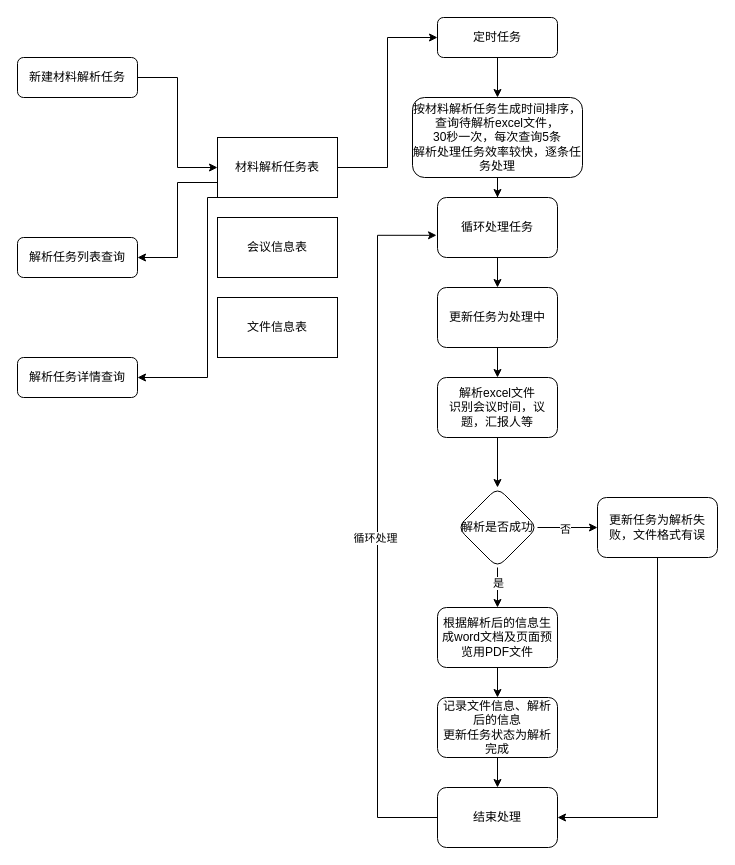
krieding/hellogit keeps this draw.io diagram as 党办材料解析.drawio. Above is the earlier version. Source tidied: cells renumbered, new cells numbered last; positions are measured from the earlier drawing's top-left corner, leaving out a move shared by most shapes. Both pictures are drawn from the tidied source at 100%, with x=0, y=0 at pixel (17, 17).
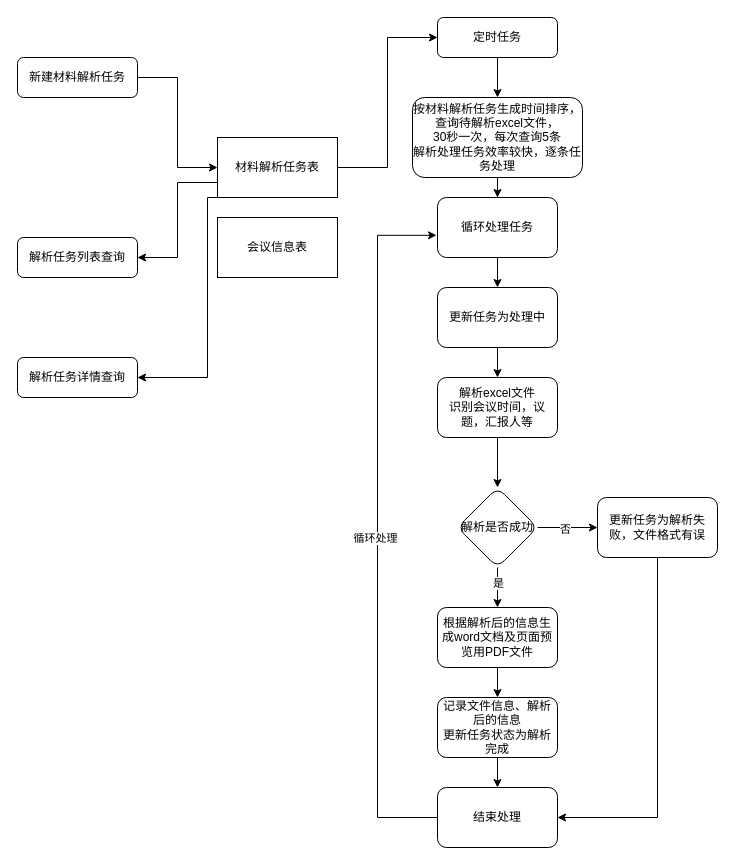
After the change.

Commit message:
更新党办材料解析.drawio

The edit, as a diff of the source:
```diff
@@
-    <mxCell id="35" value="文件信息表" style="rounded=0;whiteSpace=wrap;html=1;" parent="1" vertex="1">
-      <mxGeometry x="200" y="280" width="120" height="60" as="geometry" />
-    </mxCell>
```
